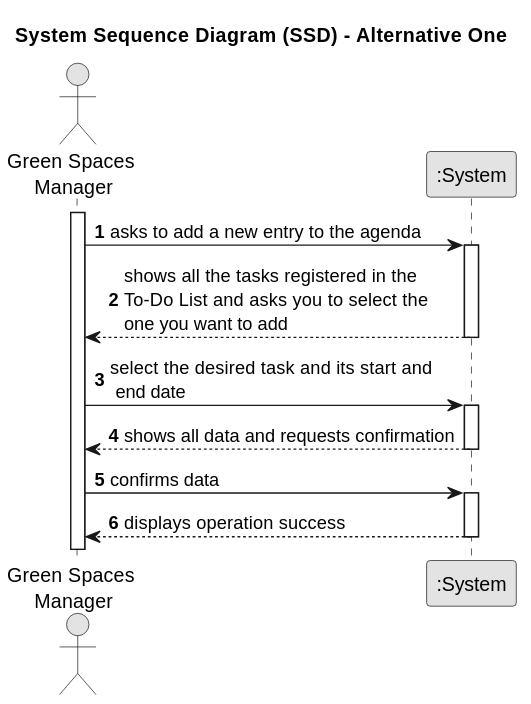
diogoveirospro/lei-24-s2-1dg-g072 keeps this PlantUML diagram as docs/sprintC/us022/01.requirements-engineering/svg/us022-system-sequence-diagram-alternative-one.svg. Above is the earlier version.
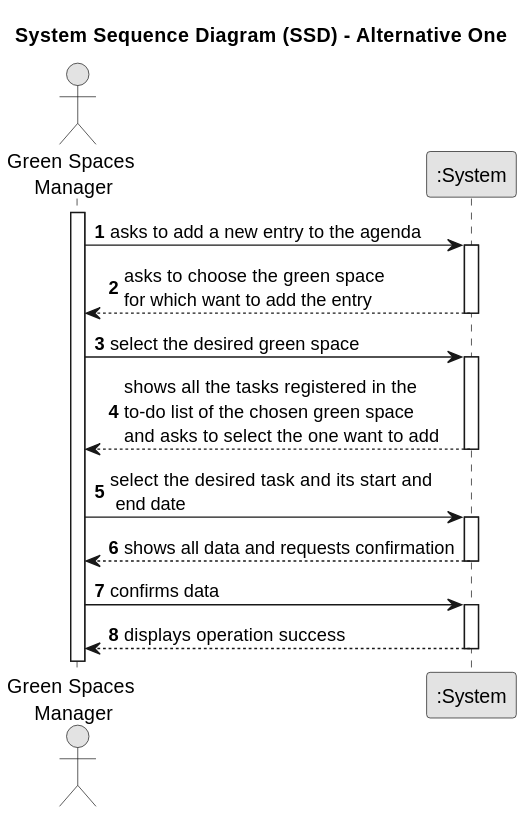
After the commit.

The edit, as a diff of the source:
```diff
@@ -15,7 +15,13 @@
     GSM -> System : asks to add a new entry to the agenda
     activate System
 
-        System --> GSM : shows all the tasks registered in the \nTo-Do List and asks you to select the \none you want to add
+        System --> GSM : asks to choose the green space \nfor which want to add the entry
+    deactivate System
+
+    GSM -> System : select the desired green space
+    activate System
+
+        System --> GSM : shows all the tasks registered in the \nto-do list of the chosen green space \nand asks to select the one want to add
     deactivate System
 
     GSM -> System : select the desired task and its start and\n end date
```
